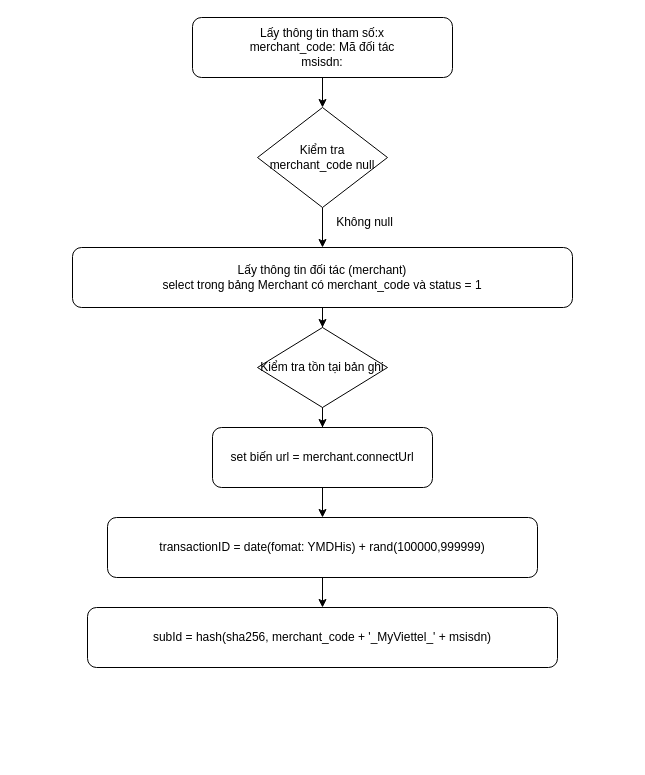
Above: Biểu đồ không có tiêu đề.drawio in linhnd0401/test (draw.io), before the change. Source tidied: cells renumbered, new cells numbered last; positions are measured from the earlier drawing's top-left corner, leaving out a move shared by most shapes. Both pictures are drawn from the tidied source at 100%, with x=0, y=0 at pixel (72, 17).
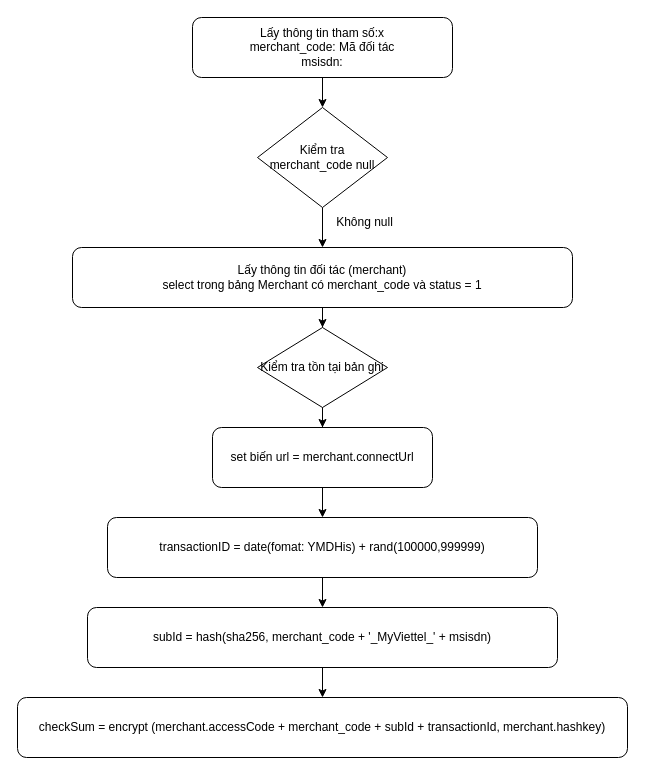
The same diagram, later.

Commit message:
Cập nhật Biểu đồ không có tiêu đề.drawio

The edit, as a diff of the source:
```diff
@@
 <mxGraphModel>
   <root>
     <mxCell id="0" />
     <mxCell id="1" parent="0" />
     <mxCell id="2" style="edgeStyle=orthogonalEdgeStyle;rounded=0;jettySize=auto;html=1;" parent="1" edge="1" source="3" target="7">
       <mxGeometry relative="1" as="geometry" />
     </mxCell>
     <mxCell id="3" value="Kiểm tra merchant_code null" style="rhombus;whiteSpace=wrap;html=1;" parent="1" vertex="1">
       <mxGeometry x="185" y="90" width="130" height="100" as="geometry" />
     </mxCell>
     <mxCell id="4" style="edgeStyle=orthogonalEdgeStyle;rounded=0;jettySize=auto;html=1;" parent="1" edge="1" source="5" target="3">
       <mxGeometry relative="1" as="geometry" />
     </mxCell>
     <mxCell id="5" value="Lấy thông tin tham số:x&lt;br&gt;merchant_code: Mã đối tác&lt;br&gt;msisdn:" style="rounded=1;whiteSpace=wrap;html=1;" parent="1" vertex="1">
       <mxGeometry x="120" width="260" height="60" as="geometry" />
     </mxCell>
     <mxCell id="6" style="edgeStyle=orthogonalEdgeStyle;rounded=0;jettySize=auto;html=1;" parent="1" edge="1" source="7" target="10">
       <mxGeometry relative="1" as="geometry" />
     </mxCell>
     <mxCell id="7" value="Lấy thông tin đối tác (merchant)&lt;br&gt;select trong bảng Merchant có merchant_code và status = 1" style="rounded=1;whiteSpace=wrap;html=1;" parent="1" vertex="1">
       <mxGeometry y="230" width="500" height="60" as="geometry" />
     </mxCell>
     <mxCell id="8" value="Không null" style="text;html=1;strokeColor=none;fillColor=none;align=center;verticalAlign=middle;whiteSpace=wrap;rounded=0;" parent="1" vertex="1">
       <mxGeometry x="255" y="190" width="75" height="30" as="geometry" />
     </mxCell>
     <mxCell id="9" style="edgeStyle=orthogonalEdgeStyle;rounded=0;jettySize=auto;html=1;" parent="1" edge="1" source="10" target="12">
       <mxGeometry relative="1" as="geometry" />
     </mxCell>
     <mxCell id="10" value="Kiểm tra tồn tại bản ghi" style="rhombus;whiteSpace=wrap;html=1;" parent="1" vertex="1">
       <mxGeometry x="185" y="310" width="130" height="80" as="geometry" />
     </mxCell>
     <mxCell id="11" style="edgeStyle=orthogonalEdgeStyle;rounded=0;jettySize=auto;html=1;" parent="1" edge="1" source="12" target="14">
       <mxGeometry relative="1" as="geometry" />
     </mxCell>
     <mxCell id="12" value="set biến url = merchant.connectUrl" style="rounded=1;whiteSpace=wrap;html=1;" parent="1" vertex="1">
       <mxGeometry x="140" y="410" width="220" height="60" as="geometry" />
     </mxCell>
     <mxCell id="13" style="edgeStyle=orthogonalEdgeStyle;rounded=0;jettySize=auto;html=1;" parent="1" edge="1" source="14" target="15">
       <mxGeometry relative="1" as="geometry" />
     </mxCell>
     <mxCell id="14" value="transactionID = date(fomat: YMDHis) + rand(100000,999999)" style="rounded=1;whiteSpace=wrap;html=1;" parent="1" vertex="1">
       <mxGeometry x="35" y="500" width="430" height="60" as="geometry" />
     </mxCell>
+    <mxCell id="16" style="edgeStyle=orthogonalEdgeStyle;rounded=0;jettySize=auto;html=1;" parent="1" edge="1" source="15" target="17">
+      <mxGeometry relative="1" as="geometry" />
+    </mxCell>
     <mxCell id="15" value="subId = hash(sha256, merchant_code + '_MyViettel_' + msisdn)" style="rounded=1;whiteSpace=wrap;html=1;" parent="1" vertex="1">
       <mxGeometry x="15" y="590" width="470" height="60" as="geometry" />
     </mxCell>
+    <mxCell id="17" value="checkSum = encrypt (merchant.accessCode + merchant_code + subId + transactionId, merchant.hashkey)" style="rounded=1;whiteSpace=wrap;html=1;" parent="1" vertex="1">
+      <mxGeometry x="-55" y="680" width="610" height="60" as="geometry" />
+    </mxCell>
   </root>
 </mxGraphModel>
```
